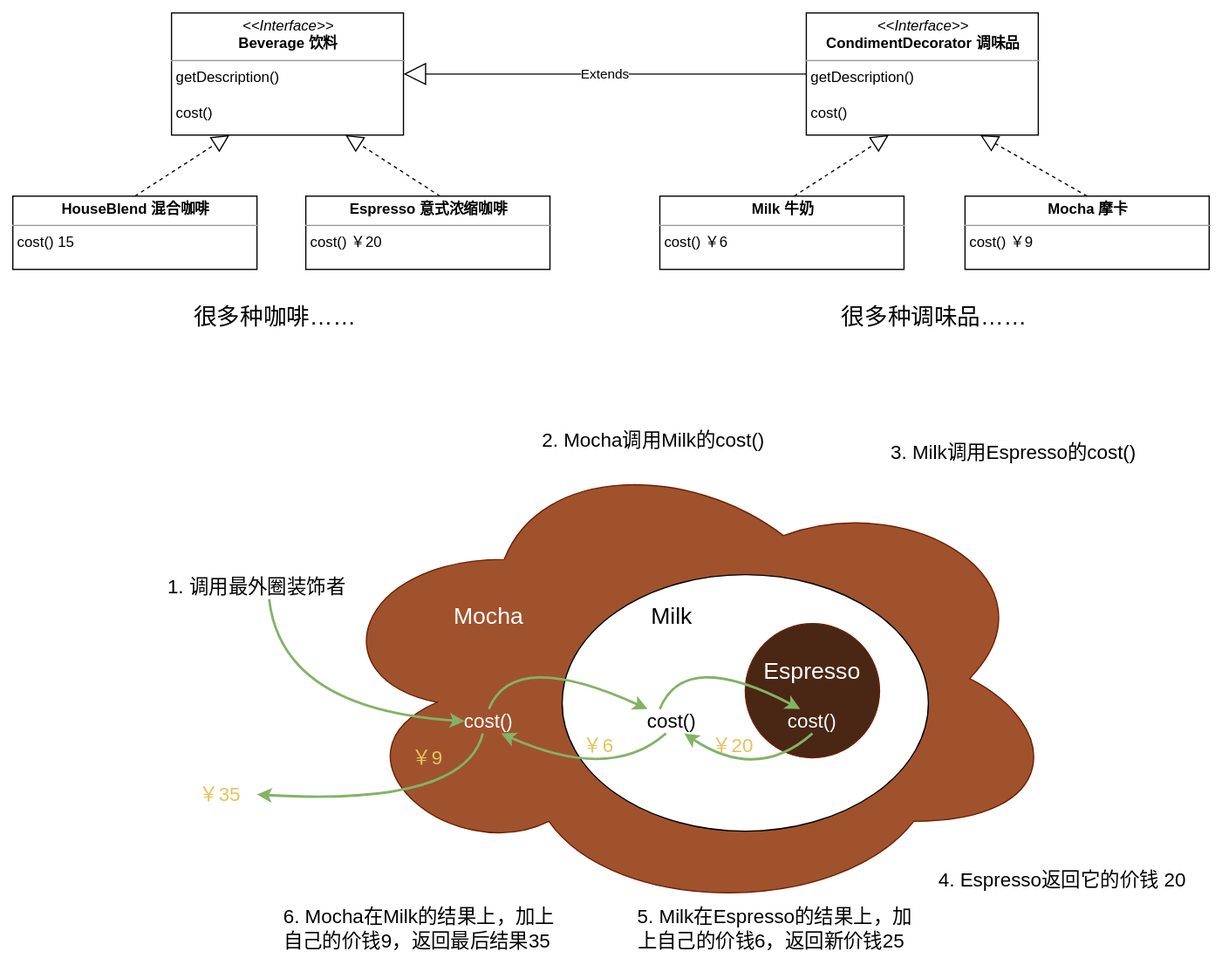
Before: doc/uml/decorator.svg, a diagram exported from draw.io (wyyl1/study-design-patterns). Source tidied: cells renumbered, new cells last; positions are measured from the earlier drawing's top-left corner, leaving out a move shared by most shapes.
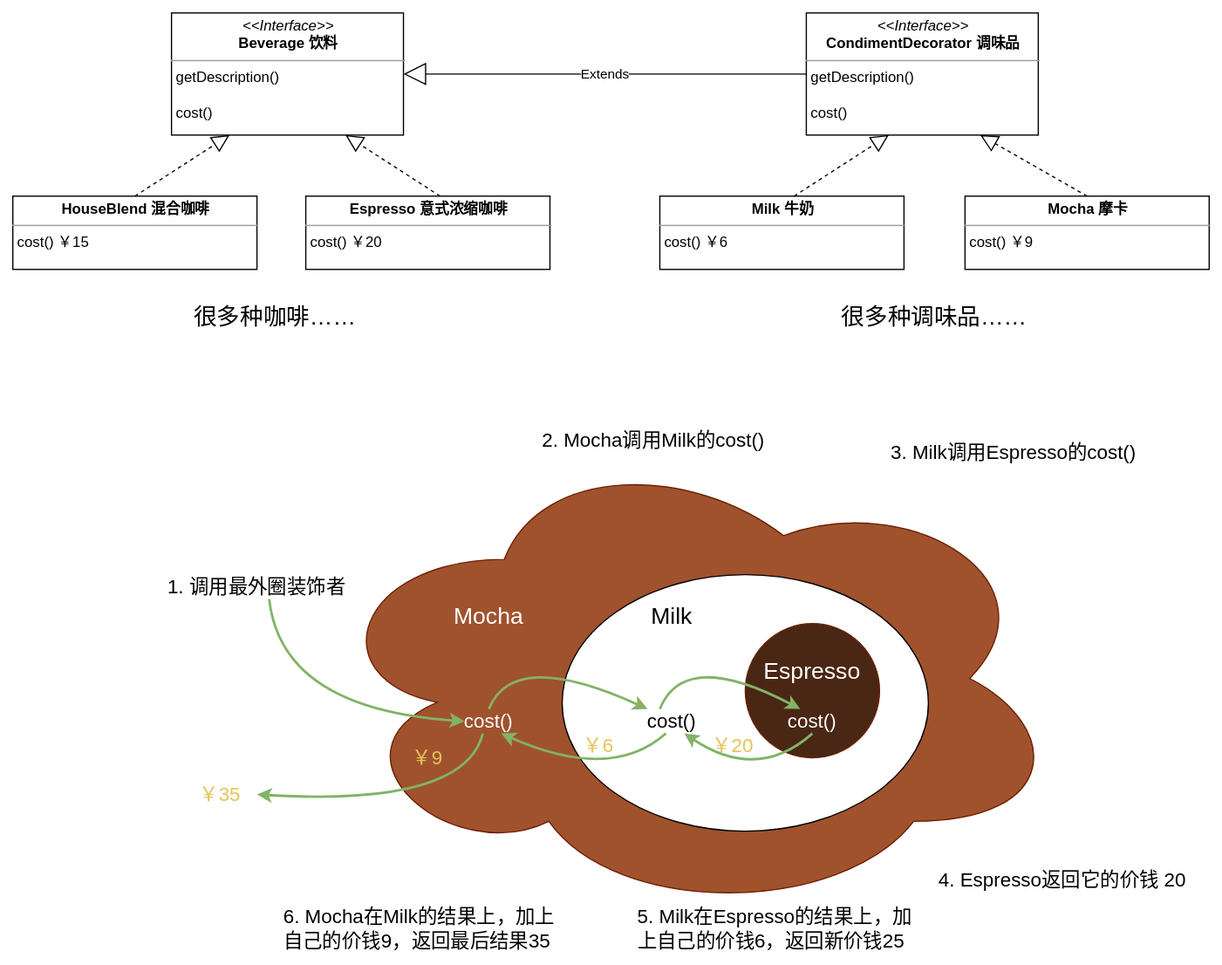
The same file after the commit.

The edit, as a diff of the source:
```diff
@@ -14,7 +14,7 @@
     <mxCell id="5" value="&lt;p style=&quot;margin: 0px ; margin-top: 4px ; text-align: center&quot;&gt;&lt;i&gt;&amp;lt;&amp;lt;Interface&amp;gt;&amp;gt;&lt;/i&gt;&lt;br&gt;&lt;b&gt;Beverage 饮料&lt;/b&gt;&lt;br&gt;&lt;/p&gt;&lt;hr size=&quot;1&quot;&gt;&lt;p style=&quot;margin: 0px ; margin-left: 4px&quot;&gt;getDescription()&lt;br&gt;&lt;/p&gt;&lt;p style=&quot;margin: 0px ; margin-left: 4px&quot;&gt;&lt;br&gt;&lt;/p&gt;&lt;p style=&quot;margin: 0px ; margin-left: 4px&quot;&gt;cost()&lt;/p&gt;" style="verticalAlign=top;align=left;overflow=fill;fontSize=12;fontFamily=Helvetica;html=1;" parent="1" vertex="1">
       <mxGeometry x="130" width="190" height="100" as="geometry" />
     </mxCell>
-    <mxCell id="6" value="&lt;p style=&quot;margin: 0px ; margin-top: 4px ; text-align: center&quot;&gt;&lt;b&gt;HouseBlend 混合咖啡&lt;/b&gt;&lt;br&gt;&lt;/p&gt;&lt;hr size=&quot;1&quot;&gt;&lt;p style=&quot;margin: 0px ; margin-left: 4px&quot;&gt;cost() 15&lt;br&gt;&lt;/p&gt;" style="verticalAlign=top;align=left;overflow=fill;fontSize=12;fontFamily=Helvetica;html=1;" parent="1" vertex="1">
+    <mxCell id="6" value="&lt;p style=&quot;margin: 0px ; margin-top: 4px ; text-align: center&quot;&gt;&lt;b&gt;HouseBlend 混合咖啡&lt;/b&gt;&lt;br&gt;&lt;/p&gt;&lt;hr size=&quot;1&quot;&gt;&lt;p style=&quot;margin: 0px ; margin-left: 4px&quot;&gt;cost() ￥15&lt;br&gt;&lt;/p&gt;" style="verticalAlign=top;align=left;overflow=fill;fontSize=12;fontFamily=Helvetica;html=1;" parent="1" vertex="1">
       <mxGeometry y="150" width="200" height="60" as="geometry" />
     </mxCell>
     <mxCell id="7" style="endArrow=block;dashed=1;endFill=0;endSize=12;html=1;exitX=0.5;exitY=0;exitDx=0;exitDy=0;entryX=0.75;entryY=1;entryDx=0;entryDy=0;" parent="1" edge="1" target="5">
```
